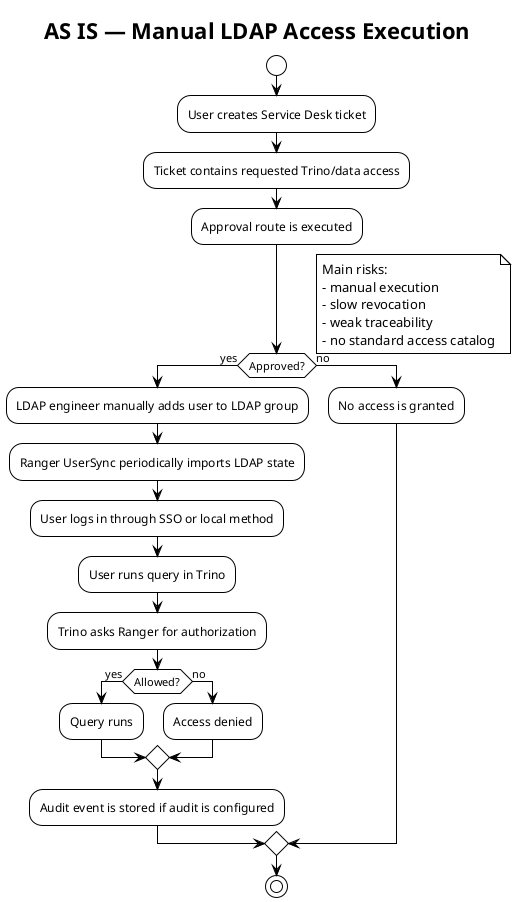
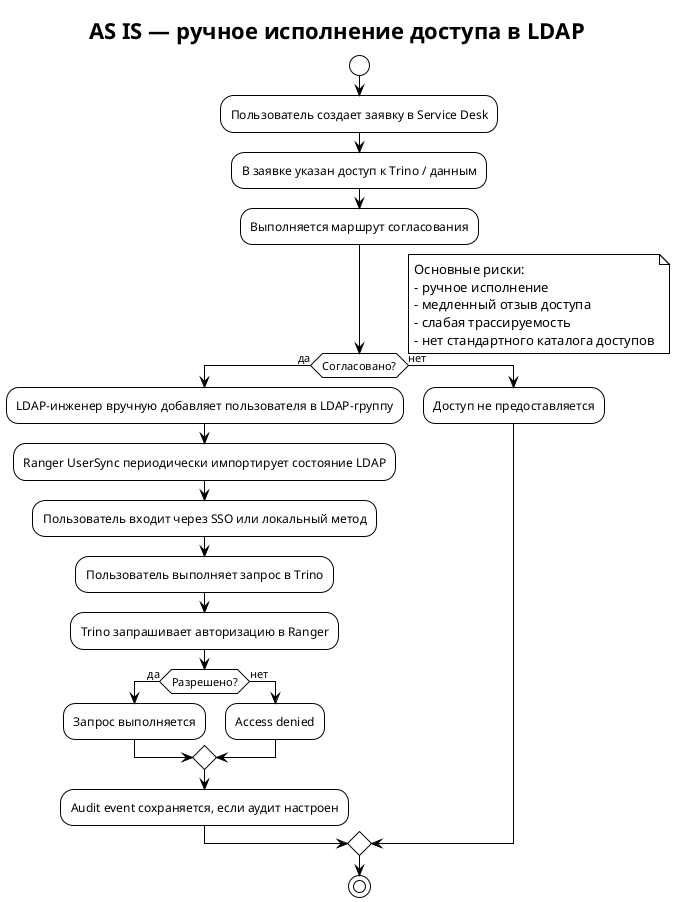
@startuml
!theme plain
skinparam shadowing false

- title AS IS — Manual LDAP Access Execution
+ title AS IS — ручное исполнение доступа в LDAP

start
- :User creates Service Desk ticket;
- :Ticket contains requested Trino/data access;
- :Approval route is executed;
- if (Approved?) then (yes)
-   :LDAP engineer manually adds user to LDAP group;
-   :Ranger UserSync periodically imports LDAP state;
-   :User logs in through SSO or local method;
-   :User runs query in Trino;
-   :Trino asks Ranger for authorization;
-   if (Allowed?) then (yes)
-     :Query runs;
-   else (no)
+ :Пользователь создает заявку в Service Desk;
+ :В заявке указан доступ к Trino / данным;
+ :Выполняется маршрут согласования;
+ if (Согласовано?) then (да)
+   :LDAP-инженер вручную добавляет пользователя в LDAP-группу;
+   :Ranger UserSync периодически импортирует состояние LDAP;
+   :Пользователь входит через SSO или локальный метод;
+   :Пользователь выполняет запрос в Trino;
+   :Trino запрашивает авторизацию в Ranger;
+   if (Разрешено?) then (да)
+     :Запрос выполняется;
+   else (нет)
    :Access denied;
  endif
-   :Audit event is stored if audit is configured;
- else (no)
-   :No access is granted;
+   :Audit event сохраняется, если аудит настроен;
+ else (нет)
+   :Доступ не предоставляется;
endif

note right
- Main risks:
- - manual execution
- - slow revocation
- - weak traceability
- - no standard access catalog
+ Основные риски:
+ - ручное исполнение
+ - медленный отзыв доступа
+ - слабая трассируемость
+ - нет стандартного каталога доступов
end note

stop
@enduml
